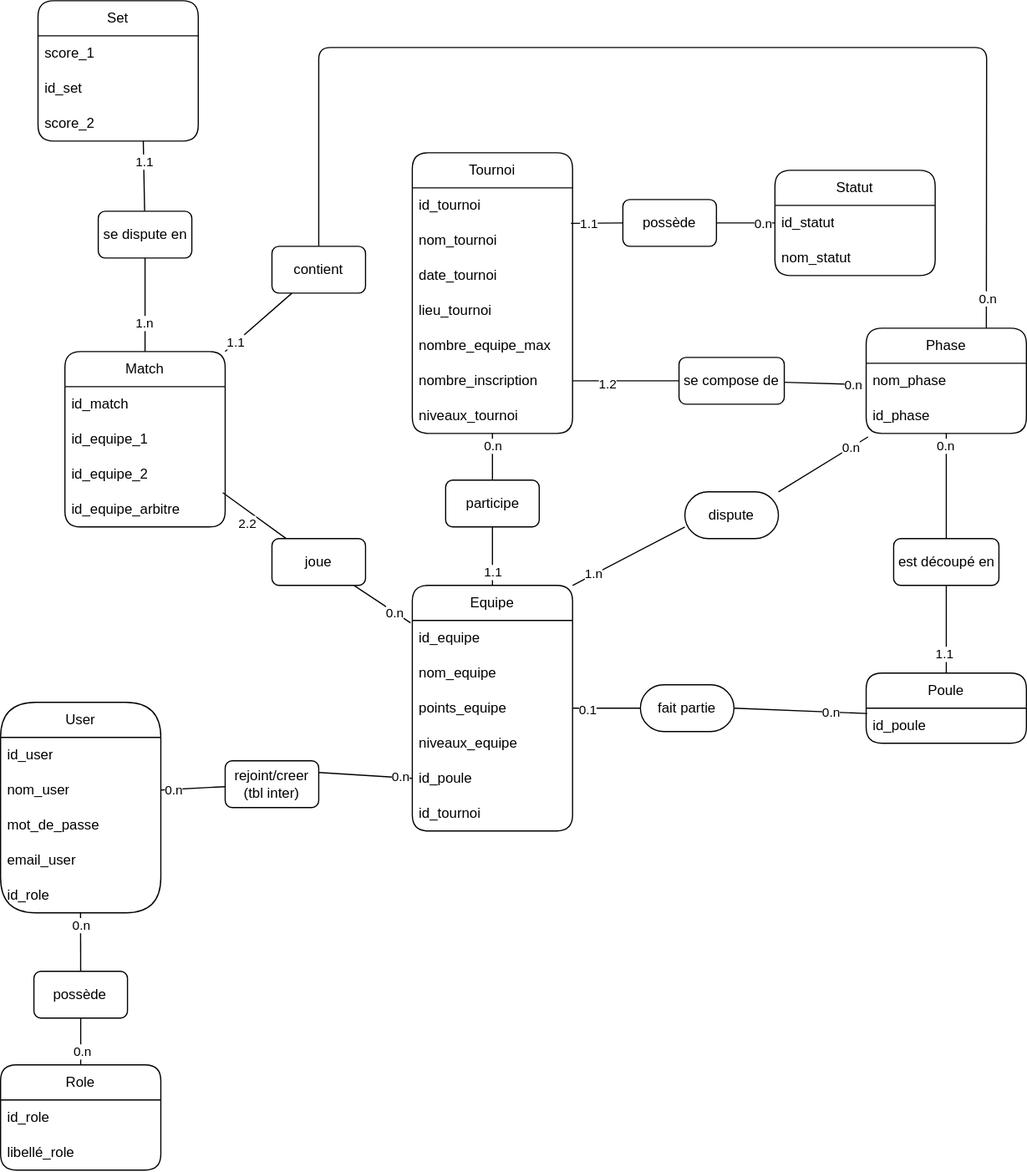
Before: docs/tournoi_mcd.drawio.svg, a diagram exported from draw.io (Malikoush/Tournoi_api). Source tidied: cells renumbered, new cells last; positions are measured from the earlier drawing's top-left corner, leaving out a move shared by most shapes.
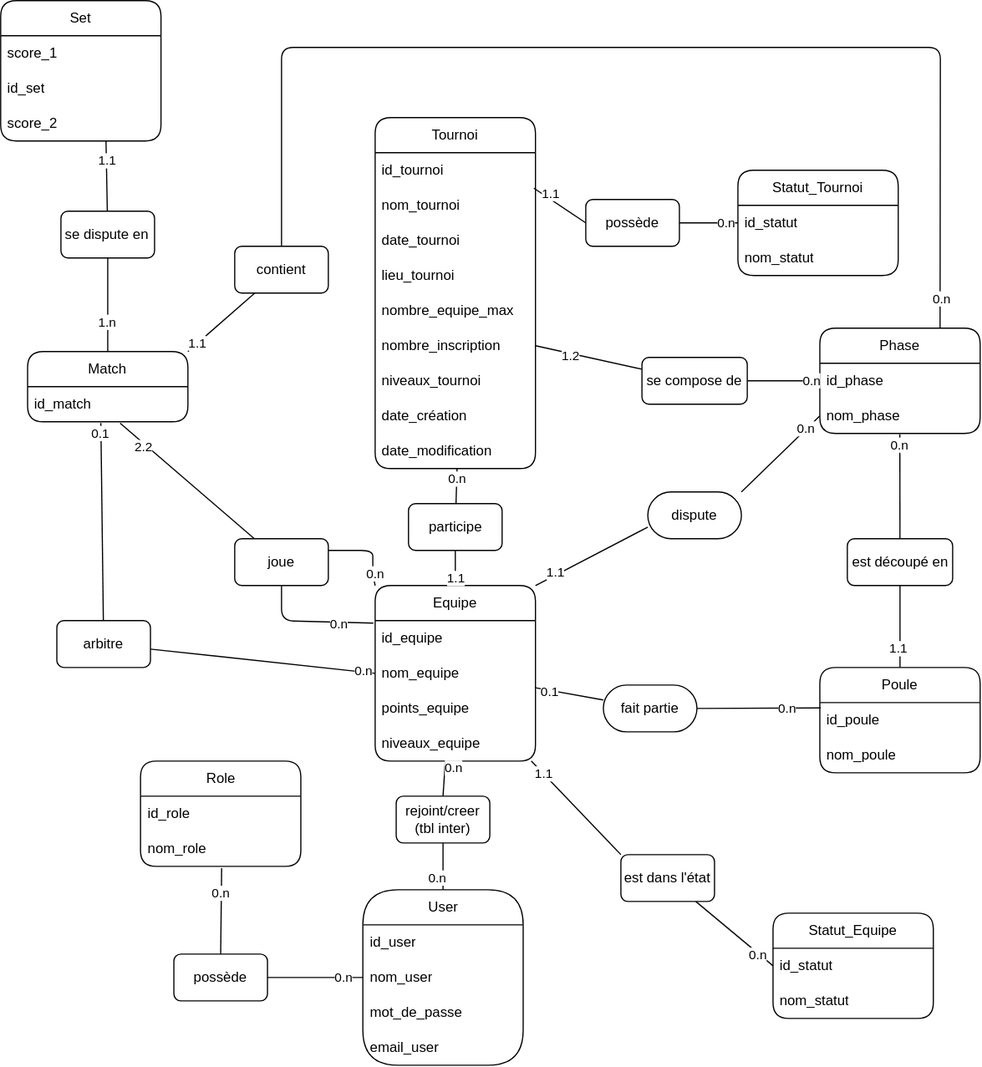
Above is the later version.

Diff of the diagram source:
```diff
@@ -13,3 +13,3 @@
     <mxCell id="4" value="Tournoi" style="swimlane;fontStyle=0;horizontal=1;startSize=30;whiteSpace=wrap;html=1;rounded=1;" parent="1" vertex="1">
-      <mxGeometry x="352" y="130" width="137" height="240" as="geometry" />
+      <mxGeometry x="352" y="100" width="137" height="300" as="geometry" />
     </mxCell>
@@ -36,2 +36,8 @@
     </mxCell>
+    <mxCell id="98" value="date_création" style="text;strokeColor=none;fillColor=none;align=left;verticalAlign=middle;spacingLeft=4;spacingRight=4;overflow=hidden;whiteSpace=wrap;html=1;rounded=1;" parent="4" vertex="1">
+      <mxGeometry y="240" width="137" height="30" as="geometry" />
+    </mxCell>
+    <mxCell id="99" value="date_modification" style="text;strokeColor=none;fillColor=none;align=left;verticalAlign=middle;spacingLeft=4;spacingRight=4;overflow=hidden;whiteSpace=wrap;html=1;rounded=1;" parent="4" vertex="1">
+      <mxGeometry y="270" width="137" height="30" as="geometry" />
+    </mxCell>
     <mxCell id="12" style="edgeStyle=none;html=1;entryX=1;entryY=0.5;entryDx=0;entryDy=0;strokeColor=default;endArrow=none;endFill=0;exitX=0.006;exitY=0.152;exitDx=0;exitDy=0;exitPerimeter=0;" parent="1" edge="1" source="15" target="52">
@@ -43,3 +49,3 @@
     <mxCell id="14" value="Poule" style="swimlane;fontStyle=0;horizontal=1;startSize=30;whiteSpace=wrap;html=1;rounded=1;" parent="1" vertex="1">
-      <mxGeometry x="740" y="575" width="137" height="60" as="geometry" />
+      <mxGeometry x="732" y="570" width="137" height="90" as="geometry" />
     </mxCell>
@@ -48,2 +54,5 @@
     </mxCell>
+    <mxCell id="100" value="nom_poule" style="text;strokeColor=none;fillColor=none;align=left;verticalAlign=middle;spacingLeft=4;spacingRight=4;overflow=hidden;whiteSpace=wrap;html=1;rounded=1;" parent="14" vertex="1">
+      <mxGeometry y="60" width="137" height="30" as="geometry" />
+    </mxCell>
     <mxCell id="16" style="edgeStyle=none;html=1;exitX=1;exitY=0;exitDx=0;exitDy=0;endArrow=none;endFill=0;entryX=0;entryY=0.75;entryDx=0;entryDy=0;" parent="1" edge="1" source="18" target="92">
@@ -51,7 +60,15 @@
     </mxCell>
-    <mxCell id="17" value="1.n" style="edgeLabel;html=1;align=center;verticalAlign=middle;" parent="16" vertex="1">
+    <mxCell id="17" value="1.1" style="edgeLabel;html=1;align=center;verticalAlign=middle;" parent="16" vertex="1">
       <mxGeometry x="-0.64" y="2" relative="1" as="geometry" />
     </mxCell>
+    <mxCell id="101" value="0.n" style="edgeStyle=none;html=1;exitX=0;exitY=0;exitDx=0;exitDy=0;entryX=1;entryY=0.25;entryDx=0;entryDy=0;endArrow=none;endFill=0;" parent="1" edge="1" source="18" target="78">
+      <mxGeometry x="-0.71" y="-2" relative="1" as="geometry">
+        <Array as="points">
+          <mxPoint x="350" y="490" />
+          <mxPoint x="350" y="470" />
+        </Array>
+      </mxGeometry>
+    </mxCell>
     <mxCell id="18" value="Equipe" style="swimlane;fontStyle=0;horizontal=1;startSize=30;whiteSpace=wrap;html=1;rounded=1;" parent="1" vertex="1">
-      <mxGeometry x="352" y="500" width="137" height="210" as="geometry" />
+      <mxGeometry x="352" y="500" width="137" height="150" as="geometry" />
     </mxCell>
@@ -69,9 +86,3 @@
     </mxCell>
-    <mxCell id="23" value="id_poule" style="text;strokeColor=none;fillColor=none;align=left;verticalAlign=middle;spacingLeft=4;spacingRight=4;overflow=hidden;points=[[0,0.5],[1,0.5]];portConstraint=eastwest;whiteSpace=wrap;html=1;rounded=1;" parent="18" vertex="1">
-      <mxGeometry y="150" width="137" height="30" as="geometry" />
-    </mxCell>
-    <mxCell id="24" value="id_tournoi" style="text;strokeColor=none;fillColor=none;align=left;verticalAlign=middle;spacingLeft=4;spacingRight=4;overflow=hidden;whiteSpace=wrap;html=1;rounded=1;" parent="18" vertex="1">
-      <mxGeometry y="180" width="137" height="30" as="geometry" />
-    </mxCell>
-    <mxCell id="25" value="Statut" style="swimlane;fontStyle=0;horizontal=1;startSize=30;whiteSpace=wrap;html=1;rounded=1;" parent="1" vertex="1">
+    <mxCell id="25" value="Statut_Tournoi" style="swimlane;fontStyle=0;horizontal=1;startSize=30;whiteSpace=wrap;html=1;rounded=1;" parent="1" vertex="1">
       <mxGeometry x="662" y="145" width="137" height="90" as="geometry" />
@@ -95,4 +106,6 @@
     </mxCell>
-    <mxCell id="31" style="edgeStyle=none;html=1;entryX=0.5;entryY=0.996;entryDx=0;entryDy=0;entryPerimeter=0;strokeColor=default;endArrow=none;endFill=0;" parent="1" edge="1" source="35" target="11">
-      <mxGeometry relative="1" as="geometry" />
+    <mxCell id="31" style="edgeStyle=none;html=1;strokeColor=default;endArrow=none;endFill=0;" parent="1" edge="1" source="35">
+      <mxGeometry relative="1" as="geometry">
+        <mxPoint x="422" y="400" as="targetPoint" />
+      </mxGeometry>
     </mxCell>
@@ -110,6 +123,6 @@
     <mxCell id="35" value="participe" style="rounded=1;whiteSpace=wrap;html=1;" parent="1" vertex="1">
-      <mxGeometry x="380.5" y="410" width="80" height="40" as="geometry" />
+      <mxGeometry x="380.5" y="430" width="80" height="40" as="geometry" />
     </mxCell>
     <mxCell id="36" value="User" style="swimlane;fontStyle=0;horizontal=1;startSize=30;whiteSpace=wrap;html=1;rounded=1;arcSize=50;" parent="1" vertex="1">
-      <mxGeometry y="600" width="137" height="180" as="geometry" />
+      <mxGeometry x="341.5" y="760" width="137" height="150" as="geometry" />
     </mxCell>
@@ -127,7 +140,4 @@
     </mxCell>
-    <mxCell id="41" value="id_role" style="text;strokeColor=none;fillColor=none;align=left;verticalAlign=middle;spacingLeft=4;spacingRight=4;overflow=hidden;points=[[0,0.5],[1,0.5]];portConstraint=eastwest;whiteSpace=wrap;html=1;rounded=1;" parent="36" vertex="1">
-      <mxGeometry y="150" width="137" height="30" as="geometry" />
-    </mxCell>
     <mxCell id="42" value="Role" style="swimlane;fontStyle=0;horizontal=1;startSize=30;whiteSpace=wrap;html=1;rounded=1;" parent="1" vertex="1">
-      <mxGeometry y="910" width="137" height="90" as="geometry" />
+      <mxGeometry x="151.5" y="650" width="137" height="90" as="geometry" />
     </mxCell>
@@ -136,6 +146,6 @@
     </mxCell>
-    <mxCell id="44" value="libellé_role&amp;nbsp;" style="text;strokeColor=none;fillColor=none;align=left;verticalAlign=middle;spacingLeft=4;spacingRight=4;overflow=hidden;points=[[0,0.5],[1,0.5]];portConstraint=eastwest;whiteSpace=wrap;html=1;rounded=1;" parent="42" vertex="1">
+    <mxCell id="44" value="nom_role&amp;nbsp;" style="text;strokeColor=none;fillColor=none;align=left;verticalAlign=middle;spacingLeft=4;spacingRight=4;overflow=hidden;points=[[0,0.5],[1,0.5]];portConstraint=eastwest;whiteSpace=wrap;html=1;rounded=1;" parent="42" vertex="1">
       <mxGeometry y="60" width="137" height="30" as="geometry" />
     </mxCell>
-    <mxCell id="45" style="edgeStyle=none;html=1;strokeColor=default;endArrow=none;endFill=0;entryX=0.499;entryY=1;entryDx=0;entryDy=0;entryPerimeter=0;" parent="1" edge="1" source="49" target="41">
+    <mxCell id="45" style="edgeStyle=none;html=1;strokeColor=default;endArrow=none;endFill=0;entryX=0;entryY=0.5;entryDx=0;entryDy=0;" parent="1" edge="1" source="49" target="38">
       <mxGeometry relative="1" as="geometry" />
@@ -145,3 +155,3 @@
     </mxCell>
-    <mxCell id="47" style="edgeStyle=none;html=1;entryX=0.5;entryY=0;entryDx=0;entryDy=0;strokeColor=default;endArrow=none;endFill=0;" parent="1" edge="1" source="49" target="42">
+    <mxCell id="47" style="edgeStyle=none;html=1;entryX=0.506;entryY=1.049;entryDx=0;entryDy=0;strokeColor=default;endArrow=none;endFill=0;exitX=0.5;exitY=0;exitDx=0;exitDy=0;entryPerimeter=0;" parent="1" edge="1" source="49" target="44">
       <mxGeometry relative="1" as="geometry" />
@@ -152,3 +162,3 @@
     <mxCell id="49" value="possède" style="rounded=1;whiteSpace=wrap;html=1;" parent="1" vertex="1">
-      <mxGeometry x="28.5" y="830" width="80" height="40" as="geometry" />
+      <mxGeometry x="180" y="815" width="80" height="40" as="geometry" />
     </mxCell>
@@ -163,3 +173,3 @@
     </mxCell>
-    <mxCell id="53" style="edgeStyle=none;html=1;endArrow=none;endFill=0;entryX=1;entryY=0.5;entryDx=0;entryDy=0;" parent="1" edge="1" source="57" target="38">
+    <mxCell id="53" style="edgeStyle=none;html=1;endArrow=none;endFill=0;entryX=0.5;entryY=0;entryDx=0;entryDy=0;" parent="1" edge="1" source="57" target="36">
       <mxGeometry relative="1" as="geometry" />
@@ -171,4 +181,6 @@
     </mxCell>
-    <mxCell id="55" style="edgeStyle=none;html=1;endArrow=none;endFill=0;exitX=1;exitY=0.25;exitDx=0;exitDy=0;entryX=0;entryY=0.5;entryDx=0;entryDy=0;" parent="1" edge="1" source="57" target="23">
-      <mxGeometry relative="1" as="geometry" />
+    <mxCell id="55" style="edgeStyle=none;html=1;endArrow=none;endFill=0;exitX=0.5;exitY=0;exitDx=0;exitDy=0;" parent="1" edge="1" source="57">
+      <mxGeometry relative="1" as="geometry">
+        <mxPoint x="412" y="650" as="targetPoint" />
+      </mxGeometry>
     </mxCell>
@@ -180,3 +192,3 @@
     <mxCell id="57" value="rejoint/creer&lt;br&gt;(tbl inter)" style="rounded=1;whiteSpace=wrap;html=1;" parent="1" vertex="1">
-      <mxGeometry x="192" y="650" width="80" height="40" as="geometry" />
+      <mxGeometry x="370" y="680" width="80" height="40" as="geometry" />
     </mxCell>
@@ -189,3 +201,3 @@
     <mxCell id="60" value="Match" style="swimlane;fontStyle=0;horizontal=1;startSize=30;whiteSpace=wrap;html=1;rounded=1;" parent="1" vertex="1">
-      <mxGeometry x="55" y="300" width="137" height="150" as="geometry" />
+      <mxGeometry x="55" y="300" width="137" height="60" as="geometry" />
     </mxCell>
@@ -194,11 +206,2 @@
     </mxCell>
-    <mxCell id="62" value="id_equipe_1" style="text;strokeColor=none;fillColor=none;align=left;verticalAlign=middle;spacingLeft=4;spacingRight=4;overflow=hidden;whiteSpace=wrap;html=1;rounded=1;" parent="60" vertex="1">
-      <mxGeometry y="60" width="137" height="30" as="geometry" />
-    </mxCell>
-    <mxCell id="63" value="id_equipe_2" style="text;strokeColor=none;fillColor=none;align=left;verticalAlign=middle;spacingLeft=4;spacingRight=4;overflow=hidden;points=[[0,0.5],[1,0.5]];portConstraint=eastwest;whiteSpace=wrap;html=1;rounded=1;" parent="60" vertex="1">
-      <mxGeometry y="90" width="137" height="30" as="geometry" />
-    </mxCell>
-    <mxCell id="64" value="id_equipe_arbitre" style="text;strokeColor=none;fillColor=none;align=left;verticalAlign=middle;spacingLeft=4;spacingRight=4;overflow=hidden;whiteSpace=wrap;html=1;rounded=1;" parent="60" vertex="1">
-      <mxGeometry y="120" width="137" height="30" as="geometry" />
-    </mxCell>
     <mxCell id="65" value="Set" style="swimlane;fontStyle=0;horizontal=1;startSize=30;whiteSpace=wrap;html=1;rounded=1;" parent="1" vertex="1">
@@ -230,4 +233,8 @@
     </mxCell>
-    <mxCell id="74" style="edgeStyle=none;html=1;entryX=-0.011;entryY=0.069;entryDx=0;entryDy=0;entryPerimeter=0;endArrow=none;endFill=0;" parent="1" edge="1" source="78" target="19">
-      <mxGeometry relative="1" as="geometry" />
+    <mxCell id="74" style="edgeStyle=none;html=1;entryX=-0.011;entryY=0.069;entryDx=0;entryDy=0;entryPerimeter=0;endArrow=none;endFill=0;exitX=0.5;exitY=1;exitDx=0;exitDy=0;" parent="1" edge="1" source="78" target="19">
+      <mxGeometry relative="1" as="geometry">
+        <Array as="points">
+          <mxPoint x="272" y="530" />
+        </Array>
+      </mxGeometry>
     </mxCell>
@@ -236,3 +243,3 @@
     </mxCell>
-    <mxCell id="76" style="edgeStyle=none;html=1;endArrow=none;endFill=0;entryX=0.985;entryY=1.023;entryDx=0;entryDy=0;entryPerimeter=0;" parent="1" edge="1" source="78" target="63">
+    <mxCell id="76" style="edgeStyle=none;html=1;endArrow=none;endFill=0;entryX=0.577;entryY=1.039;entryDx=0;entryDy=0;entryPerimeter=0;" parent="1" edge="1" source="78" target="61">
       <mxGeometry relative="1" as="geometry" />
@@ -241,3 +248,3 @@
       <mxGeometry x="0.24" relative="1" as="geometry">
-        <mxPoint y="11" as="offset" />
+        <mxPoint x="-24" y="-17" as="offset" />
       </mxGeometry>
@@ -251,3 +258,3 @@
           <mxPoint x="272" y="40" />
-          <mxPoint x="843" y="40" />
+          <mxPoint x="835" y="40" />
         </Array>
@@ -262,11 +269,11 @@
     <mxCell id="82" value="Phase" style="swimlane;fontStyle=0;horizontal=1;startSize=30;whiteSpace=wrap;html=1;rounded=1;" parent="1" vertex="1">
-      <mxGeometry x="740" y="280" width="137" height="90" as="geometry" />
+      <mxGeometry x="732" y="280" width="137" height="90" as="geometry" />
     </mxCell>
+    <mxCell id="84" value="id_phase" style="text;strokeColor=none;fillColor=none;align=left;verticalAlign=middle;spacingLeft=4;spacingRight=4;overflow=hidden;points=[[0,0.5],[1,0.5]];portConstraint=eastwest;whiteSpace=wrap;html=1;rounded=1;" parent="82" vertex="1">
+      <mxGeometry y="30" width="137" height="30" as="geometry" />
+    </mxCell>
     <mxCell id="83" value="nom_phase" style="text;strokeColor=none;fillColor=none;align=left;verticalAlign=middle;spacingLeft=4;spacingRight=4;overflow=hidden;points=[[0,0.5],[1,0.5]];portConstraint=eastwest;whiteSpace=wrap;html=1;rounded=1;" parent="82" vertex="1">
-      <mxGeometry y="30" width="137" height="30" as="geometry" />
+      <mxGeometry y="60" width="137" height="30" as="geometry" />
     </mxCell>
-    <mxCell id="84" value="id_phase" style="text;strokeColor=none;fillColor=none;align=left;verticalAlign=middle;spacingLeft=4;spacingRight=4;overflow=hidden;points=[[0,0.5],[1,0.5]];portConstraint=eastwest;whiteSpace=wrap;html=1;rounded=1;" parent="82" vertex="1">
-      <mxGeometry y="60" width="137" height="30" as="geometry" />
-    </mxCell>
-    <mxCell id="85" style="edgeStyle=none;html=1;entryX=-0.025;entryY=0.607;entryDx=0;entryDy=0;entryPerimeter=0;endArrow=none;endFill=0;" parent="1" edge="1" source="89" target="83">
+    <mxCell id="85" style="edgeStyle=none;html=1;entryX=0;entryY=0.5;entryDx=0;entryDy=0;endArrow=none;endFill=0;" parent="1" edge="1" source="89" target="84">
       <mxGeometry relative="1" as="geometry" />
@@ -285,3 +292,3 @@
     </mxCell>
-    <mxCell id="90" style="edgeStyle=none;html=1;exitX=1;exitY=0;exitDx=0;exitDy=0;entryX=0.012;entryY=1.099;entryDx=0;entryDy=0;entryPerimeter=0;endArrow=none;endFill=0;" parent="1" edge="1" source="92" target="84">
+    <mxCell id="90" style="edgeStyle=none;html=1;exitX=1;exitY=0;exitDx=0;exitDy=0;entryX=0;entryY=0.5;entryDx=0;entryDy=0;endArrow=none;endFill=0;" parent="1" edge="1" source="92" target="83">
       <mxGeometry relative="1" as="geometry" />
@@ -294,3 +301,3 @@
     </mxCell>
-    <mxCell id="93" style="edgeStyle=none;html=1;endArrow=none;endFill=0;" parent="1" edge="1" source="97" target="84">
+    <mxCell id="93" style="edgeStyle=none;html=1;endArrow=none;endFill=0;entryX=0.499;entryY=1.021;entryDx=0;entryDy=0;entryPerimeter=0;" parent="1" edge="1" source="97" target="83">
       <mxGeometry relative="1" as="geometry" />
@@ -307,4 +314,45 @@
     <mxCell id="97" value="est découpé en" style="rounded=1;whiteSpace=wrap;html=1;" parent="1" vertex="1">
-      <mxGeometry x="763.5" y="460" width="90" height="40" as="geometry" />
+      <mxGeometry x="755.5" y="460" width="90" height="40" as="geometry" />
     </mxCell>
+    <mxCell id="102" style="edgeStyle=none;html=1;entryX=0;entryY=0.5;entryDx=0;entryDy=0;endArrow=none;endFill=0;" parent="1" edge="1" source="106" target="20">
+      <mxGeometry relative="1" as="geometry" />
+    </mxCell>
+    <mxCell id="103" value="0.n" style="edgeLabel;html=1;align=center;verticalAlign=middle;" parent="102" vertex="1">
+      <mxGeometry x="0.89" y="1" relative="1" as="geometry" />
+    </mxCell>
+    <mxCell id="104" style="edgeStyle=none;html=1;entryX=0.457;entryY=1.035;entryDx=0;entryDy=0;entryPerimeter=0;endArrow=none;endFill=0;" parent="1" edge="1" source="106" target="61">
+      <mxGeometry relative="1" as="geometry" />
+    </mxCell>
+    <mxCell id="105" value="0.1" style="edgeLabel;html=1;align=center;verticalAlign=middle;" parent="104" vertex="1">
+      <mxGeometry x="0.9" y="1" relative="1" as="geometry" />
+    </mxCell>
+    <mxCell id="106" value="arbitre" style="rounded=1;whiteSpace=wrap;html=1;" parent="1" vertex="1">
+      <mxGeometry x="80" y="530" width="80" height="40" as="geometry" />
+    </mxCell>
+    <mxCell id="107" value="Statut_Equipe" style="swimlane;fontStyle=0;horizontal=1;startSize=30;whiteSpace=wrap;html=1;rounded=1;" parent="1" vertex="1">
+      <mxGeometry x="692" y="780" width="137" height="90" as="geometry" />
+    </mxCell>
+    <mxCell id="108" value="id_statut" style="text;strokeColor=none;fillColor=none;align=left;verticalAlign=middle;spacingLeft=4;spacingRight=4;overflow=hidden;points=[[0,0.5],[1,0.5]];portConstraint=eastwest;whiteSpace=wrap;html=1;rounded=1;" parent="107" vertex="1">
+      <mxGeometry y="30" width="137" height="30" as="geometry" />
+    </mxCell>
+    <mxCell id="109" value="nom_statut" style="text;strokeColor=none;fillColor=none;align=left;verticalAlign=middle;spacingLeft=4;spacingRight=4;overflow=hidden;whiteSpace=wrap;html=1;rounded=1;" parent="107" vertex="1">
+      <mxGeometry y="60" width="137" height="30" as="geometry" />
+    </mxCell>
+    <mxCell id="110" style="edgeStyle=none;html=1;entryX=0;entryY=0.5;entryDx=0;entryDy=0;strokeColor=default;endArrow=none;endFill=0;" parent="1" edge="1" source="114" target="108">
+      <mxGeometry relative="1" as="geometry" />
+    </mxCell>
+    <mxCell id="111" value="0.n" style="edgeLabel;html=1;align=center;verticalAlign=middle;" parent="110" vertex="1">
+      <mxGeometry x="0.68" y="-1" relative="1" as="geometry">
+        <mxPoint x="-2" y="-1" as="offset" />
+      </mxGeometry>
+    </mxCell>
+    <mxCell id="112" style="edgeStyle=none;html=1;exitX=0;exitY=0;exitDx=0;exitDy=0;entryX=0.974;entryY=0.997;entryDx=0;entryDy=0;entryPerimeter=0;endArrow=none;endFill=0;" parent="1" edge="1" source="114" target="22">
+      <mxGeometry relative="1" as="geometry" />
+    </mxCell>
+    <mxCell id="113" value="1.1" style="edgeLabel;html=1;align=center;verticalAlign=middle;" parent="112" vertex="1">
+      <mxGeometry x="0.72" relative="1" as="geometry" />
+    </mxCell>
+    <mxCell id="114" value="est dans l'état" style="rounded=1;whiteSpace=wrap;html=1;" parent="1" vertex="1">
+      <mxGeometry x="562" y="730" width="80" height="40" as="geometry" />
+    </mxCell>
   </root>
```
